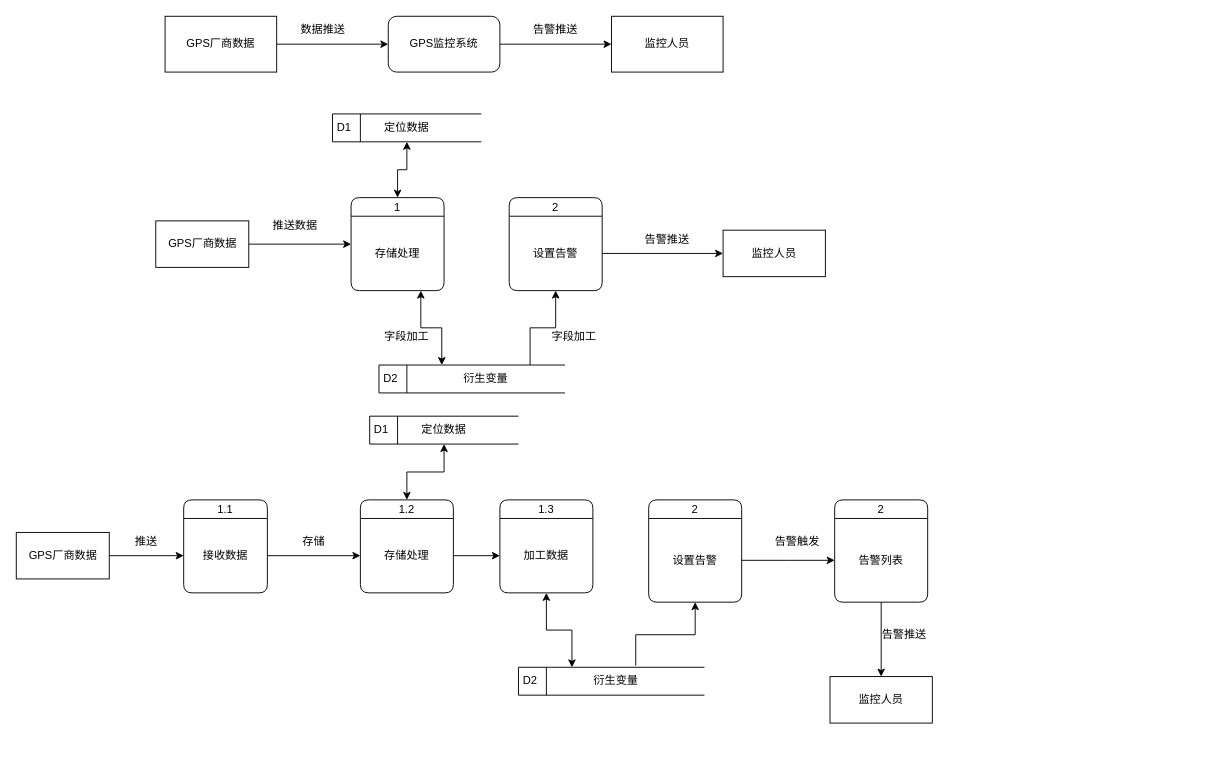
LittleDW/drawfiles keeps this draw.io diagram as 未命名绘图.drawio. Above is the earlier version. Source tidied: cells renumbered, new cells numbered last; positions are measured from the earlier drawing's top-left corner, leaving out a move shared by most shapes. Both pictures are drawn from the tidied source at 93%, with x=0, y=0 at pixel (16, 16).
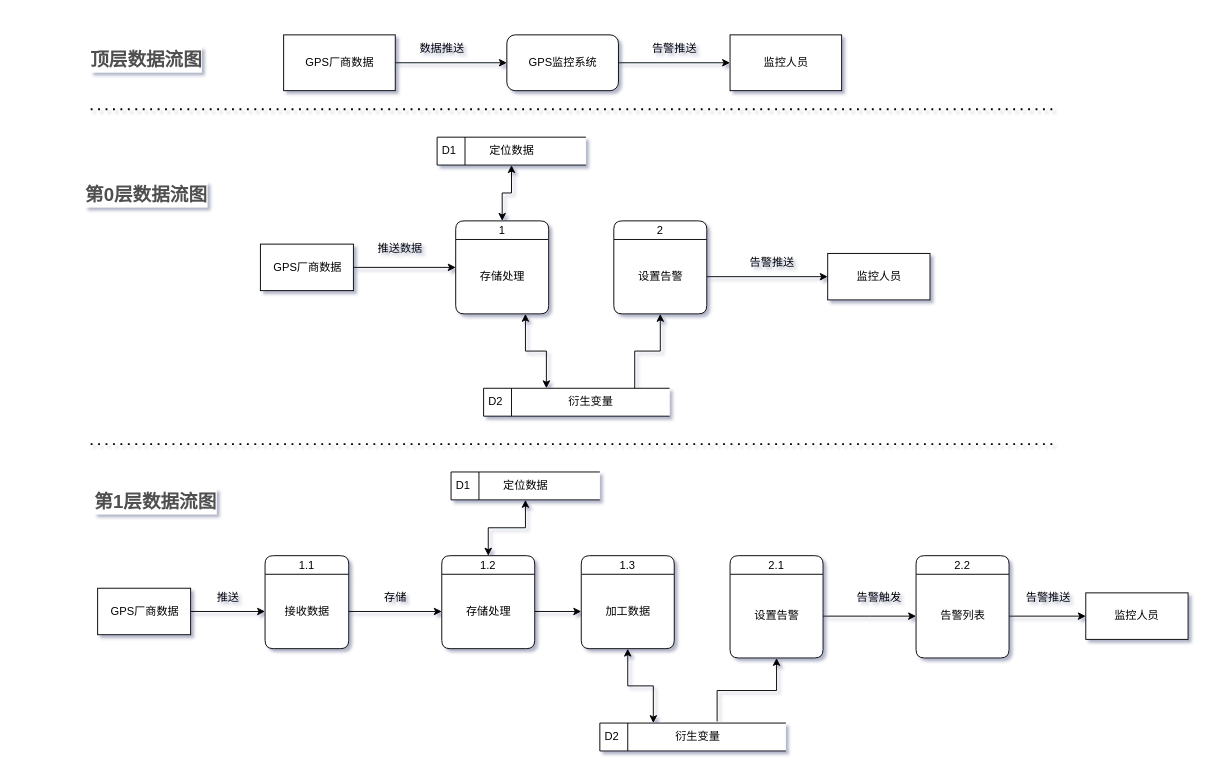
After the change.

Unchanged cells that the change refers to:
```xml
<mxCell id="39" value="设置告警" style="text;html=1;strokeColor=none;fillColor=none;align=center;verticalAlign=middle;whiteSpace=wrap;rounded=0;" parent="38" vertex="1">
  <mxGeometry y="20" width="100" height="90" as="geometry" />
</mxCell>
<mxCell id="52" value="告警列表" style="text;html=1;strokeColor=none;fillColor=none;align=center;verticalAlign=middle;whiteSpace=wrap;rounded=0;" parent="51" vertex="1">
  <mxGeometry y="20" width="100" height="90" as="geometry" />
</mxCell>
```

Diff of the diagram source:
```diff
@@
-<mxGraphModel>
+<mxGraphModel shadow="1">
@@
     <mxCell id="2" value="D1" style="html=1;dashed=0;whitespace=wrap;shape=mxgraph.dfd.dataStoreID;align=left;spacingLeft=3;" parent="1" vertex="1">
-      <mxGeometry x="340" y="105" width="160" height="30" as="geometry" />
+      <mxGeometry x="452.5" y="130" width="160" height="30" as="geometry" />
     </mxCell>
@@
     <mxCell id="4" value="&lt;span style=&quot;&quot;&gt;GPS厂商数据&lt;/span&gt;" style="html=1;dashed=0;whitespace=wrap;" parent="1" vertex="1">
-      <mxGeometry x="150" y="220" width="100" height="50" as="geometry" />
+      <mxGeometry x="262.5" y="245" width="100" height="50" as="geometry" />
     </mxCell>
@@
     <mxCell id="6" value="1" style="swimlane;fontStyle=0;horizontal=1;startSize=20;fillColor=#ffffff;swimlaneFillColor=#ffffff;rounded=1;" parent="1" vertex="1">
-      <mxGeometry x="360" y="195" width="100" height="100" as="geometry" />
+      <mxGeometry x="472.5" y="220" width="100" height="100" as="geometry" />
     </mxCell>
@@
     <mxCell id="9" value="GPS监控系统" style="rounded=1;whiteSpace=wrap;html=1;" parent="1" vertex="1">
-      <mxGeometry x="400" width="120" height="60" as="geometry" />
+      <mxGeometry x="527.5" y="20" width="120" height="60" as="geometry" />
     </mxCell>
@@
     <mxCell id="11" value="GPS厂商数据" style="rounded=0;whiteSpace=wrap;html=1;" parent="1" vertex="1">
-      <mxGeometry x="160" width="120" height="60" as="geometry" />
+      <mxGeometry x="287.5" y="20" width="120" height="60" as="geometry" />
     </mxCell>
     <mxCell id="12" value="监控人员" style="rounded=0;whiteSpace=wrap;html=1;" parent="1" vertex="1">
-      <mxGeometry x="640" width="120" height="60" as="geometry" />
+      <mxGeometry x="767.5" y="20" width="120" height="60" as="geometry" />
     </mxCell>
     <mxCell id="13" value="数据推送" style="text;html=1;strokeColor=none;fillColor=none;align=center;verticalAlign=middle;whiteSpace=wrap;rounded=0;" parent="1" vertex="1">
-      <mxGeometry x="300" width="60" height="30" as="geometry" />
+      <mxGeometry x="427.5" y="20" width="60" height="30" as="geometry" />
     </mxCell>
     <mxCell id="14" value="告警推送" style="text;html=1;strokeColor=none;fillColor=none;align=center;verticalAlign=middle;whiteSpace=wrap;rounded=0;" parent="1" vertex="1">
-      <mxGeometry x="550" width="60" height="30" as="geometry" />
+      <mxGeometry x="677.5" y="20" width="60" height="30" as="geometry" />
     </mxCell>
     <mxCell id="15" value="定位数据" style="text;html=1;strokeColor=none;fillColor=none;align=center;verticalAlign=middle;whiteSpace=wrap;rounded=0;" parent="1" vertex="1">
-      <mxGeometry x="370" y="105" width="100" height="30" as="geometry" />
+      <mxGeometry x="482.5" y="130" width="100" height="30" as="geometry" />
     </mxCell>
     <mxCell id="16" value="推送数据" style="text;html=1;strokeColor=none;fillColor=none;align=center;verticalAlign=middle;whiteSpace=wrap;rounded=0;" parent="1" vertex="1">
-      <mxGeometry x="250" y="210" width="100" height="30" as="geometry" />
+      <mxGeometry x="362.5" y="235" width="100" height="30" as="geometry" />
     </mxCell>
     <mxCell id="17" value="D2" style="html=1;dashed=0;whitespace=wrap;shape=mxgraph.dfd.dataStoreID;align=left;spacingLeft=3;" parent="1" vertex="1">
-      <mxGeometry x="390" y="375" width="200" height="30" as="geometry" />
+      <mxGeometry x="502.5" y="400" width="200" height="30" as="geometry" />
     </mxCell>
@@
     <mxCell id="19" value="衍生变量" style="text;html=1;strokeColor=none;fillColor=none;align=center;verticalAlign=middle;whiteSpace=wrap;rounded=0;" parent="1" vertex="1">
-      <mxGeometry x="410" y="375" width="190" height="30" as="geometry" />
+      <mxGeometry x="522.5" y="400" width="190" height="30" as="geometry" />
     </mxCell>
@@
     <mxCell id="21" value="2" style="swimlane;fontStyle=0;horizontal=1;startSize=20;fillColor=#ffffff;swimlaneFillColor=#ffffff;rounded=1;" parent="1" vertex="1">
-      <mxGeometry x="530" y="195" width="100" height="100" as="geometry" />
+      <mxGeometry x="642.5" y="220" width="100" height="100" as="geometry" />
     </mxCell>
@@
     <mxCell id="23" value="监控人员" style="rounded=0;whiteSpace=wrap;html=1;" parent="1" vertex="1">
-      <mxGeometry x="760" y="230" width="110" height="50" as="geometry" />
+      <mxGeometry x="872.5" y="255" width="110" height="50" as="geometry" />
     </mxCell>
@@
     <mxCell id="25" value="告警推送" style="text;html=1;strokeColor=none;fillColor=none;align=center;verticalAlign=middle;whiteSpace=wrap;rounded=0;" parent="1" vertex="1">
-      <mxGeometry x="670" y="225" width="60" height="30" as="geometry" />
+      <mxGeometry x="782.5" y="250" width="60" height="30" as="geometry" />
     </mxCell>
-    <mxCell id="26" value="字段加工" style="text;html=1;strokeColor=none;fillColor=none;align=center;verticalAlign=middle;whiteSpace=wrap;rounded=0;" parent="1" vertex="1">
-      <mxGeometry x="370" y="330" width="100" height="30" as="geometry" />
-    </mxCell>
     <mxCell id="27" value="D1" style="html=1;dashed=0;whitespace=wrap;shape=mxgraph.dfd.dataStoreID;align=left;spacingLeft=3;" parent="1" vertex="1">
-      <mxGeometry x="380" y="430" width="160" height="30" as="geometry" />
+      <mxGeometry x="467.5" y="490" width="160" height="30" as="geometry" />
     </mxCell>
@@
     <mxCell id="29" value="&lt;span style=&quot;&quot;&gt;GPS厂商数据&lt;/span&gt;" style="html=1;dashed=0;whitespace=wrap;" parent="1" vertex="1">
-      <mxGeometry y="555" width="100" height="50" as="geometry" />
+      <mxGeometry x="87.5" y="615" width="100" height="50" as="geometry" />
     </mxCell>
@@
     <mxCell id="31" value="1.2" style="swimlane;fontStyle=0;horizontal=1;startSize=20;fillColor=#ffffff;swimlaneFillColor=#ffffff;rounded=1;" parent="1" vertex="1">
-      <mxGeometry x="370" y="520" width="100" height="100" as="geometry" />
+      <mxGeometry x="457.5" y="580" width="100" height="100" as="geometry" />
     </mxCell>
@@
     <mxCell id="33" value="定位数据" style="text;html=1;strokeColor=none;fillColor=none;align=center;verticalAlign=middle;whiteSpace=wrap;rounded=0;" parent="1" vertex="1">
-      <mxGeometry x="410" y="430" width="100" height="30" as="geometry" />
+      <mxGeometry x="497.5" y="490" width="100" height="30" as="geometry" />
     </mxCell>
     <mxCell id="34" value="D2" style="html=1;dashed=0;whitespace=wrap;shape=mxgraph.dfd.dataStoreID;align=left;spacingLeft=3;" parent="1" vertex="1">
-      <mxGeometry x="540" y="700" width="200" height="30" as="geometry" />
+      <mxGeometry x="627.5" y="760" width="200" height="30" as="geometry" />
     </mxCell>
@@
     <mxCell id="36" value="衍生变量" style="text;html=1;strokeColor=none;fillColor=none;align=center;verticalAlign=middle;whiteSpace=wrap;rounded=0;" parent="1" vertex="1">
-      <mxGeometry x="550" y="700" width="190" height="30" as="geometry" />
+      <mxGeometry x="637.5" y="760" width="190" height="30" as="geometry" />
     </mxCell>
@@
-    <mxCell id="38" value="2" style="swimlane;fontStyle=0;horizontal=1;startSize=20;fillColor=#ffffff;swimlaneFillColor=#ffffff;rounded=1;" parent="1" vertex="1">
-      <mxGeometry x="680" y="520" width="100" height="110" as="geometry" />
+    <mxCell id="38" value="2.1" style="swimlane;fontStyle=0;horizontal=1;startSize=20;fillColor=#ffffff;swimlaneFillColor=#ffffff;rounded=1;" parent="1" vertex="1">
+      <mxGeometry x="767.5" y="580" width="100" height="110" as="geometry" />
     </mxCell>
@@
     <mxCell id="40" style="edgeStyle=orthogonalEdgeStyle;rounded=0;jettySize=auto;html=1;exitX=1;exitY=0.5;exitDx=0;exitDy=0;startArrow=none;startFill=0;" parent="1" edge="1" source="39">
       <mxGeometry relative="1" as="geometry">
-        <mxPoint x="880" y="585" as="targetPoint" />
+        <mxPoint x="967.5" y="645" as="targetPoint" />
       </mxGeometry>
     </mxCell>
     <mxCell id="41" value="告警触发" style="text;html=1;strokeColor=none;fillColor=none;align=center;verticalAlign=middle;whiteSpace=wrap;rounded=0;" parent="1" vertex="1">
-      <mxGeometry x="810" y="550" width="60" height="30" as="geometry" />
+      <mxGeometry x="897.5" y="610" width="60" height="30" as="geometry" />
     </mxCell>
     <mxCell id="42" value="1.1" style="swimlane;fontStyle=0;horizontal=1;startSize=20;fillColor=#ffffff;swimlaneFillColor=#ffffff;rounded=1;" parent="1" vertex="1">
-      <mxGeometry x="180" y="520" width="90" height="100" as="geometry" />
+      <mxGeometry x="267.5" y="580" width="90" height="100" as="geometry" />
     </mxCell>
@@
     <mxCell id="45" value="推送" style="text;html=1;strokeColor=none;fillColor=none;align=center;verticalAlign=middle;whiteSpace=wrap;rounded=0;" parent="1" vertex="1">
-      <mxGeometry x="90" y="550" width="100" height="30" as="geometry" />
+      <mxGeometry x="177.5" y="610" width="100" height="30" as="geometry" />
     </mxCell>
     <mxCell id="46" value="存储" style="text;html=1;strokeColor=none;fillColor=none;align=center;verticalAlign=middle;whiteSpace=wrap;rounded=0;" parent="1" vertex="1">
-      <mxGeometry x="270" y="550" width="100" height="30" as="geometry" />
+      <mxGeometry x="357.5" y="610" width="100" height="30" as="geometry" />
     </mxCell>
     <mxCell id="47" value="1.3" style="swimlane;fontStyle=0;horizontal=1;startSize=20;fillColor=#ffffff;swimlaneFillColor=#ffffff;rounded=1;" parent="1" vertex="1">
-      <mxGeometry x="520" y="520" width="100" height="100" as="geometry" />
+      <mxGeometry x="607.5" y="580" width="100" height="100" as="geometry" />
     </mxCell>
@@
-    <mxCell id="50" value="字段加工" style="text;html=1;strokeColor=none;fillColor=none;align=center;verticalAlign=middle;whiteSpace=wrap;rounded=0;" parent="1" vertex="1">
-      <mxGeometry x="550" y="330" width="100" height="30" as="geometry" />
-    </mxCell>
-    <mxCell id="51" value="2" style="swimlane;fontStyle=0;horizontal=1;startSize=20;fillColor=#ffffff;swimlaneFillColor=#ffffff;rounded=1;" parent="1" vertex="1">
-      <mxGeometry x="880" y="520" width="100" height="110" as="geometry" />
+    <mxCell id="51" value="2.2" style="swimlane;fontStyle=0;horizontal=1;startSize=20;fillColor=#ffffff;swimlaneFillColor=#ffffff;rounded=1;" parent="1" vertex="1">
+      <mxGeometry x="967.5" y="580" width="100" height="110" as="geometry" />
     </mxCell>
@@
     <mxCell id="53" value="监控人员" style="rounded=0;whiteSpace=wrap;html=1;" parent="1" vertex="1">
-      <mxGeometry x="875" y="710" width="110" height="50" as="geometry" />
+      <mxGeometry x="1150" y="620" width="110" height="50" as="geometry" />
     </mxCell>
+    <mxCell id="55" value="告警推送" style="text;html=1;strokeColor=none;fillColor=none;align=center;verticalAlign=middle;whiteSpace=wrap;rounded=0;" parent="1" vertex="1">
+      <mxGeometry x="1080" y="610" width="60" height="30" as="geometry" />
+    </mxCell>
+    <mxCell id="56" style="endArrow=none;dashed=1;html=1;dashPattern=1 3;strokeWidth=2;rounded=0;" parent="1" edge="1">
+      <mxGeometry relative="1" as="geometry">
+        <mxPoint x="80" y="100" as="sourcePoint" />
+        <mxPoint x="1120" y="100" as="targetPoint" />
+      </mxGeometry>
+    </mxCell>
+    <mxCell id="57" style="endArrow=none;dashed=1;html=1;dashPattern=1 3;strokeWidth=2;rounded=0;" parent="1" edge="1">
+      <mxGeometry relative="1" as="geometry">
+        <mxPoint x="80" y="460" as="sourcePoint" />
+        <mxPoint x="1120" y="460" as="targetPoint" />
+      </mxGeometry>
+    </mxCell>
+    <mxCell id="58" value="&lt;h3 style=&quot;box-sizing: border-box; outline: 0px; margin: 8px 0px 16px; padding: 0px; font-family: &amp;quot;PingFang SC&amp;quot;, &amp;quot;Microsoft YaHei&amp;quot;, SimHei, Arial, SimSun; font-size: 20px; color: rgb(79, 79, 79); line-height: 28px; overflow-wrap: break-word; font-variant-ligatures: no-common-ligatures; text-align: start; background-color: rgb(255, 255, 255);&quot;&gt;顶层数据流图&lt;/h3&gt;" style="text;html=1;strokeColor=none;fillColor=none;align=center;verticalAlign=middle;whiteSpace=wrap;rounded=0;" parent="1" vertex="1">
+      <mxGeometry x="50" y="35" width="180" height="30" as="geometry" />
+    </mxCell>
+    <mxCell id="59" value="&lt;h3 style=&quot;box-sizing: border-box; outline: 0px; margin: 8px 0px 16px; padding: 0px; font-family: &amp;quot;PingFang SC&amp;quot;, &amp;quot;Microsoft YaHei&amp;quot;, SimHei, Arial, SimSun; font-size: 20px; color: rgb(79, 79, 79); line-height: 28px; overflow-wrap: break-word; font-variant-ligatures: no-common-ligatures; text-align: start; background-color: rgb(255, 255, 255);&quot;&gt;第0层数据流图&lt;/h3&gt;" style="text;html=1;strokeColor=none;fillColor=none;align=center;verticalAlign=middle;whiteSpace=wrap;rounded=0;" parent="1" vertex="1">
+      <mxGeometry x="50" y="180" width="180" height="30" as="geometry" />
+    </mxCell>
+    <mxCell id="60" value="&lt;h3 style=&quot;box-sizing: border-box; outline: 0px; margin: 8px 0px 16px; padding: 0px; font-family: &amp;quot;PingFang SC&amp;quot;, &amp;quot;Microsoft YaHei&amp;quot;, SimHei, Arial, SimSun; font-size: 20px; color: rgb(79, 79, 79); line-height: 28px; overflow-wrap: break-word; font-variant-ligatures: no-common-ligatures; text-align: start; background-color: rgb(255, 255, 255);&quot;&gt;第1层数据流图&lt;/h3&gt;" style="text;html=1;strokeColor=none;fillColor=none;align=center;verticalAlign=middle;whiteSpace=wrap;rounded=0;" parent="1" vertex="1">
+      <mxGeometry x="60" y="510" width="180" height="30" as="geometry" />
+    </mxCell>
-    <mxCell id="54" style="edgeStyle=orthogonalEdgeStyle;rounded=0;jettySize=auto;html=1;exitX=0.5;exitY=1;exitDx=0;exitDy=0;entryX=0.5;entryY=0;entryDx=0;entryDy=0;startArrow=none;startFill=0;" parent="1" edge="1" source="52" target="53">
+    <mxCell id="54" style="edgeStyle=orthogonalEdgeStyle;rounded=0;jettySize=auto;html=1;exitX=1;exitY=0.5;exitDx=0;exitDy=0;entryX=0;entryY=0.5;entryDx=0;entryDy=0;startArrow=none;startFill=0;" parent="1" edge="1" source="52" target="53">
       <mxGeometry relative="1" as="geometry" />
     </mxCell>
-    <mxCell id="55" value="告警推送" style="text;html=1;strokeColor=none;fillColor=none;align=center;verticalAlign=middle;whiteSpace=wrap;rounded=0;" parent="1" vertex="1">
-      <mxGeometry x="925" y="650" width="60" height="30" as="geometry" />
-    </mxCell>
```
